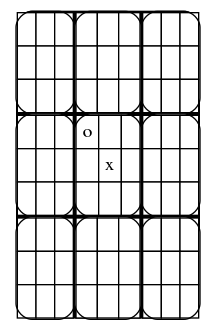
This is output.png from JetMagpie/FilRouge_Super_Morpion, a Graphviz export, as it was before one commit. Its source is kept beside it as output.dot.
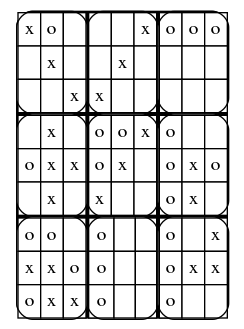
After the change.

The edit, as a diff of the source:
```diff
@@ -5,17 +5,35 @@
     <TR>
       <TD><TABLE border="1" cellspacing="0" cellpadding="4" style="rounded" bgcolor="white">
   <TR>
+<TD bgcolor="white">x</TD>
+<TD bgcolor="white">o</TD>
 <TD bgcolor="white"> </TD>
+  </TR>
+  <TR>
 <TD bgcolor="white"> </TD>
+<TD bgcolor="white">x</TD>
 <TD bgcolor="white"> </TD>
   </TR>
   <TR>
 <TD bgcolor="white"> </TD>
 <TD bgcolor="white"> </TD>
+<TD bgcolor="white">x</TD>
+  </TR>
+</TABLE>
+</TD>
+      <TD><TABLE border="1" cellspacing="0" cellpadding="4" style="rounded" bgcolor="white">
+  <TR>
+<TD bgcolor="white"> </TD>
+<TD bgcolor="white"> </TD>
+<TD bgcolor="white">x</TD>
+  </TR>
+  <TR>
+<TD bgcolor="white"> </TD>
+<TD bgcolor="white">x</TD>
 <TD bgcolor="white"> </TD>
   </TR>
   <TR>
-<TD bgcolor="white"> </TD>
+<TD bgcolor="white">x</TD>
 <TD bgcolor="white"> </TD>
 <TD bgcolor="white"> </TD>
   </TR>
@@ -23,27 +41,9 @@
 </TD>
       <TD><TABLE border="1" cellspacing="0" cellpadding="4" style="rounded" bgcolor="white">
   <TR>
-<TD bgcolor="white"> </TD>
-<TD bgcolor="white"> </TD>
-<TD bgcolor="white"> </TD>
-  </TR>
-  <TR>
-<TD bgcolor="white"> </TD>
-<TD bgcolor="white"> </TD>
-<TD bgcolor="white"> </TD>
-  </TR>
-  <TR>
-<TD bgcolor="white"> </TD>
-<TD bgcolor="white"> </TD>
-<TD bgcolor="white"> </TD>
-  </TR>
-</TABLE>
-</TD>
-      <TD><TABLE border="1" cellspacing="0" cellpadding="4" style="rounded" bgcolor="white">
-  <TR>
-<TD bgcolor="white"> </TD>
-<TD bgcolor="white"> </TD>
-<TD bgcolor="white"> </TD>
+<TD bgcolor="white">o</TD>
+<TD bgcolor="white">o</TD>
+<TD bgcolor="white">o</TD>
   </TR>
   <TR>
 <TD bgcolor="white"> </TD>
@@ -62,16 +62,34 @@
       <TD><TABLE border="1" cellspacing="0" cellpadding="4" style="rounded" bgcolor="white">
   <TR>
 <TD bgcolor="white"> </TD>
-<TD bgcolor="white"> </TD>
+<TD bgcolor="white">x</TD>
 <TD bgcolor="white"> </TD>
   </TR>
   <TR>
+<TD bgcolor="white">o</TD>
+<TD bgcolor="white">x</TD>
+<TD bgcolor="white">x</TD>
+  </TR>
+  <TR>
 <TD bgcolor="white"> </TD>
+<TD bgcolor="white">x</TD>
 <TD bgcolor="white"> </TD>
+  </TR>
+</TABLE>
+</TD>
+      <TD><TABLE border="1" cellspacing="0" cellpadding="4" style="rounded" bgcolor="white">
+  <TR>
+<TD bgcolor="white">o</TD>
+<TD bgcolor="white">o</TD>
+<TD bgcolor="white">x</TD>
+  </TR>
+  <TR>
+<TD bgcolor="white">o</TD>
+<TD bgcolor="white">x</TD>
 <TD bgcolor="white"> </TD>
   </TR>
   <TR>
-<TD bgcolor="white"> </TD>
+<TD bgcolor="white">x</TD>
 <TD bgcolor="white"> </TD>
 <TD bgcolor="white"> </TD>
   </TR>
@@ -84,31 +102,13 @@
 <TD bgcolor="white"> </TD>
   </TR>
   <TR>
-<TD bgcolor="white"> </TD>
+<TD bgcolor="white">o</TD>
 <TD bgcolor="white">x</TD>
-<TD bgcolor="white"> </TD>
+<TD bgcolor="white">o</TD>
   </TR>
   <TR>
-<TD bgcolor="white"> </TD>
-<TD bgcolor="white"> </TD>
-<TD bgcolor="white"> </TD>
-  </TR>
-</TABLE>
-</TD>
-      <TD><TABLE border="1" cellspacing="0" cellpadding="4" style="rounded" bgcolor="white">
-  <TR>
-<TD bgcolor="white"> </TD>
-<TD bgcolor="white"> </TD>
-<TD bgcolor="white"> </TD>
-  </TR>
-  <TR>
-<TD bgcolor="white"> </TD>
-<TD bgcolor="white"> </TD>
-<TD bgcolor="white"> </TD>
-  </TR>
-  <TR>
-<TD bgcolor="white"> </TD>
-<TD bgcolor="white"> </TD>
+<TD bgcolor="white">o</TD>
+<TD bgcolor="white">x</TD>
 <TD bgcolor="white"> </TD>
   </TR>
 </TABLE>
@@ -117,17 +117,35 @@
     <TR>
       <TD><TABLE border="1" cellspacing="0" cellpadding="4" style="rounded" bgcolor="white">
   <TR>
+<TD bgcolor="white">o</TD>
+<TD bgcolor="white">o</TD>
 <TD bgcolor="white"> </TD>
+  </TR>
+  <TR>
+<TD bgcolor="white">x</TD>
+<TD bgcolor="white">x</TD>
+<TD bgcolor="white">o</TD>
+  </TR>
+  <TR>
+<TD bgcolor="white">o</TD>
+<TD bgcolor="white">x</TD>
+<TD bgcolor="white">x</TD>
+  </TR>
+</TABLE>
+</TD>
+      <TD><TABLE border="1" cellspacing="0" cellpadding="4" style="rounded" bgcolor="white">
+  <TR>
+<TD bgcolor="white">o</TD>
 <TD bgcolor="white"> </TD>
 <TD bgcolor="white"> </TD>
   </TR>
   <TR>
-<TD bgcolor="white"> </TD>
+<TD bgcolor="white">o</TD>
 <TD bgcolor="white"> </TD>
 <TD bgcolor="white"> </TD>
   </TR>
   <TR>
-<TD bgcolor="white"> </TD>
+<TD bgcolor="white">o</TD>
 <TD bgcolor="white"> </TD>
 <TD bgcolor="white"> </TD>
   </TR>
@@ -135,35 +153,17 @@
 </TD>
       <TD><TABLE border="1" cellspacing="0" cellpadding="4" style="rounded" bgcolor="white">
   <TR>
+<TD bgcolor="white">o</TD>
 <TD bgcolor="white"> </TD>
-<TD bgcolor="white"> </TD>
-<TD bgcolor="white"> </TD>
+<TD bgcolor="white">x</TD>
   </TR>
   <TR>
-<TD bgcolor="white"> </TD>
-<TD bgcolor="white"> </TD>
-<TD bgcolor="white"> </TD>
+<TD bgcolor="white">o</TD>
+<TD bgcolor="white">x</TD>
+<TD bgcolor="white">x</TD>
   </TR>
   <TR>
-<TD bgcolor="white"> </TD>
-<TD bgcolor="white"> </TD>
-<TD bgcolor="white"> </TD>
-  </TR>
-</TABLE>
-</TD>
-      <TD><TABLE border="1" cellspacing="0" cellpadding="4" style="rounded" bgcolor="white">
-  <TR>
-<TD bgcolor="white"> </TD>
-<TD bgcolor="white"> </TD>
-<TD bgcolor="white"> </TD>
-  </TR>
-  <TR>
-<TD bgcolor="white"> </TD>
-<TD bgcolor="white"> </TD>
-<TD bgcolor="white"> </TD>
-  </TR>
-  <TR>
-<TD bgcolor="white"> </TD>
+<TD bgcolor="white">o</TD>
 <TD bgcolor="white"> </TD>
 <TD bgcolor="white"> </TD>
   </TR>
```
